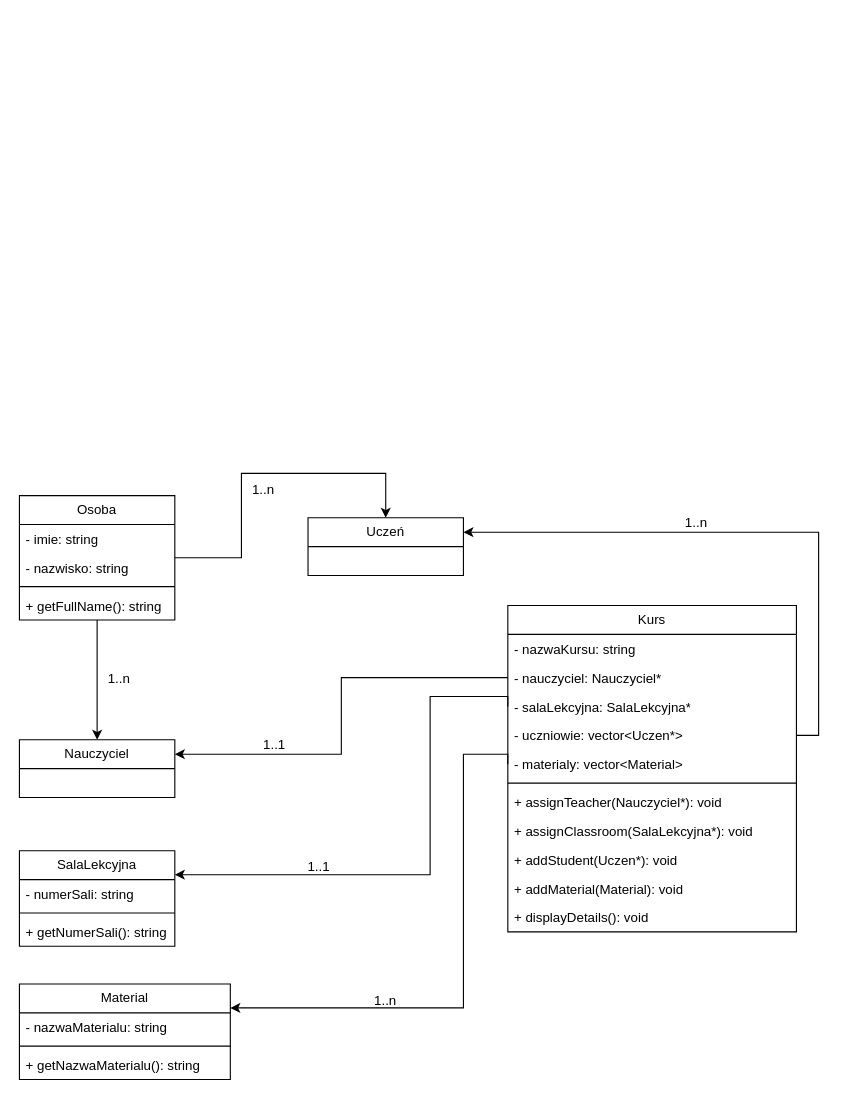
Monday1515/Wojciech_Niedziela_PO keeps this draw.io diagram as lab3/lab3_uml.drawio. Above is the earlier version. Source tidied: cells renumbered, new cells numbered last; positions are measured from the earlier drawing's top-left corner, leaving out a move shared by most shapes. Both pictures are drawn from the tidied source at 111%, with x=0, y=0 at pixel (19, 473).
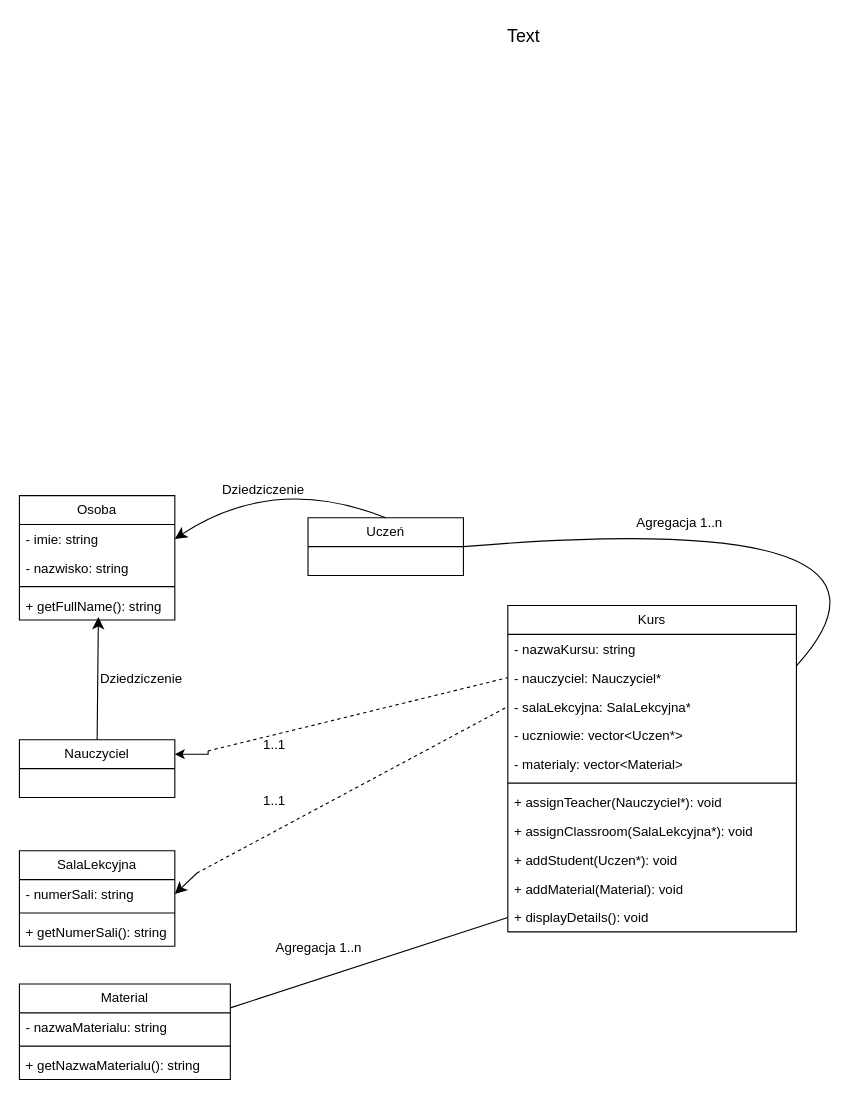
The same diagram, later.

The change refers to these unchanged cells:
```xml
<mxCell id="4" value="Osoba" style="swimlane;fontStyle=0;horizontal=1;startSize=26;fillColor=none;whiteSpace=wrap;html=1;" parent="1" vertex="1">
  <mxGeometry y="20" width="140" height="112" as="geometry" />
</mxCell>
<mxCell id="5" value="- imie: string" style="text;strokeColor=none;fillColor=none;align=left;verticalAlign=top;spacingLeft=4;spacingRight=4;overflow=hidden;points=[[0,0.5],[1,0.5]];portConstraint=eastwest;whiteSpace=wrap;html=1;" parent="4" vertex="1">
  <mxGeometry y="26" width="140" height="26" as="geometry" />
</mxCell>
<mxCell id="8" value="+ getFullName(): string" style="text;strokeColor=none;fillColor=none;align=left;verticalAlign=top;spacingLeft=4;spacingRight=4;overflow=hidden;points=[[0,0.5],[1,0.5]];portConstraint=eastwest;whiteSpace=wrap;html=1;" parent="4" vertex="1">
  <mxGeometry y="86" width="140" height="26" as="geometry" />
</mxCell>
<mxCell id="9" value="Nauczyciel" style="swimlane;fontStyle=0;horizontal=1;startSize=26;fillColor=none;whiteSpace=wrap;html=1;" parent="1" vertex="1">
  <mxGeometry y="240" width="140" height="52" as="geometry" />
</mxCell>
<mxCell id="10" value="Uczeń" style="swimlane;fontStyle=0;horizontal=1;startSize=26;fillColor=none;whiteSpace=wrap;html=1;" parent="1" vertex="1">
  <mxGeometry x="260" y="40" width="140" height="52" as="geometry" />
</mxCell>
<mxCell id="11" value="SalaLekcyjna" style="swimlane;fontStyle=0;horizontal=1;startSize=26;fillColor=none;whiteSpace=wrap;html=1;" parent="1" vertex="1">
  <mxGeometry y="340" width="140" height="86" as="geometry" />
</mxCell>
<mxCell id="12" value="- numerSali: string" style="text;strokeColor=none;fillColor=none;align=left;verticalAlign=top;spacingLeft=4;spacingRight=4;overflow=hidden;points=[[0,0.5],[1,0.5]];portConstraint=eastwest;whiteSpace=wrap;html=1;" parent="11" vertex="1">
  <mxGeometry y="26" width="140" height="26" as="geometry" />
</mxCell>
<mxCell id="15" value="Material" style="swimlane;fontStyle=0;horizontal=1;startSize=26;fillColor=none;whiteSpace=wrap;html=1;" parent="1" vertex="1">
  <mxGeometry y="460" width="190" height="86" as="geometry" />
</mxCell>
<mxCell id="21" value="- nauczyciel: Nauczyciel*" style="text;strokeColor=none;fillColor=none;align=left;verticalAlign=top;spacingLeft=4;spacingRight=4;overflow=hidden;points=[[0,0.5],[1,0.5]];portConstraint=eastwest;whiteSpace=wrap;html=1;" parent="19" vertex="1">
  <mxGeometry y="52" width="260" height="26" as="geometry" />
</mxCell>
<mxCell id="22" value="- salaLekcyjna: SalaLekcyjna*" style="text;strokeColor=none;fillColor=none;align=left;verticalAlign=top;spacingLeft=4;spacingRight=4;overflow=hidden;points=[[0,0.5],[1,0.5]];portConstraint=eastwest;whiteSpace=wrap;html=1;" parent="19" vertex="1">
  <mxGeometry y="78" width="260" height="26" as="geometry" />
</mxCell>
<mxCell id="23" value="- uczniowie: vector&amp;lt;Uczen*&amp;gt;" style="text;strokeColor=none;fillColor=none;align=left;verticalAlign=top;spacingLeft=4;spacingRight=4;overflow=hidden;points=[[0,0.5],[1,0.5]];portConstraint=eastwest;whiteSpace=wrap;html=1;" parent="19" vertex="1">
  <mxGeometry y="104" width="260" height="26" as="geometry" />
</mxCell>
<mxCell id="24" value="- materialy: vector&amp;lt;Material&amp;gt;" style="text;strokeColor=none;fillColor=none;align=left;verticalAlign=top;spacingLeft=4;spacingRight=4;overflow=hidden;points=[[0,0.5],[1,0.5]];portConstraint=eastwest;whiteSpace=wrap;html=1;" parent="19" vertex="1">
  <mxGeometry y="130" width="260" height="26" as="geometry" />
</mxCell>
<mxCell id="30" value="+ displayDetails(): void" style="text;strokeColor=none;fillColor=none;align=left;verticalAlign=top;spacingLeft=4;spacingRight=4;overflow=hidden;points=[[0,0.5],[1,0.5]];portConstraint=eastwest;whiteSpace=wrap;html=1;" parent="19" vertex="1">
  <mxGeometry y="268" width="260" height="26" as="geometry" />
</mxCell>
```

Change to the diagram source:
```diff
@@
-    <mxCell id="2" style="edgeStyle=orthogonalEdgeStyle;rounded=0;jettySize=auto;html=1;entryX=0.5;entryY=0;entryDx=0;entryDy=0;" parent="1" edge="1" source="4" target="9">
-      <mxGeometry relative="1" as="geometry" />
-    </mxCell>
-    <mxCell id="3" style="edgeStyle=orthogonalEdgeStyle;rounded=0;jettySize=auto;html=1;entryX=0.5;entryY=0;entryDx=0;entryDy=0;" parent="1" edge="1" source="4" target="10">
-      <mxGeometry relative="1" as="geometry" />
-    </mxCell>
@@
+    <mxCell id="41" style="edgeStyle=none;curved=1;rounded=0;jettySize=auto;html=1;exitX=0.5;exitY=0;exitDx=0;exitDy=0;entryX=1;entryY=0.5;entryDx=0;entryDy=0;fontSize=12;startSize=8;endSize=8;" parent="1" edge="1" source="10" target="5">
+      <mxGeometry relative="1" as="geometry">
+        <Array as="points">
+          <mxPoint x="230" />
+        </Array>
+      </mxGeometry>
+    </mxCell>
@@
-    <mxCell id="31" style="edgeStyle=orthogonalEdgeStyle;rounded=0;jettySize=auto;html=1;exitX=0;exitY=0.5;exitDx=0;exitDy=0;entryX=1;entryY=0.25;entryDx=0;entryDy=0;" parent="1" edge="1" source="22" target="11">
-      <mxGeometry relative="1" as="geometry">
-        <Array as="points">
-          <mxPoint x="370" y="201" />
-          <mxPoint x="370" y="362" />
-        </Array>
-      </mxGeometry>
-    </mxCell>
-    <mxCell id="32" style="edgeStyle=orthogonalEdgeStyle;rounded=0;jettySize=auto;html=1;exitX=0;exitY=0.5;exitDx=0;exitDy=0;entryX=1;entryY=0.25;entryDx=0;entryDy=0;" parent="1" edge="1" source="24" target="15">
-      <mxGeometry relative="1" as="geometry">
-        <Array as="points">
-          <mxPoint x="400" y="253" />
-          <mxPoint x="400" y="482" />
-        </Array>
-      </mxGeometry>
-    </mxCell>
-    <mxCell id="33" style="edgeStyle=orthogonalEdgeStyle;rounded=0;jettySize=auto;html=1;exitX=0;exitY=0.5;exitDx=0;exitDy=0;entryX=1;entryY=0.25;entryDx=0;entryDy=0;" parent="1" edge="1" source="21" target="9">
-      <mxGeometry relative="1" as="geometry" />
+    <mxCell id="33" style="edgeStyle=orthogonalEdgeStyle;rounded=0;jettySize=auto;html=1;entryX=1;entryY=0.25;entryDx=0;entryDy=0;" parent="1" edge="1" target="9">
+      <mxGeometry relative="1" as="geometry">
+        <mxPoint x="170" y="250" as="sourcePoint" />
+        <Array as="points">
+          <mxPoint x="170" y="253" />
+        </Array>
+      </mxGeometry>
     </mxCell>
-    <mxCell id="34" style="edgeStyle=orthogonalEdgeStyle;rounded=0;jettySize=auto;html=1;exitX=1;exitY=0.5;exitDx=0;exitDy=0;entryX=1;entryY=0.25;entryDx=0;entryDy=0;" parent="1" edge="1" source="23" target="10">
-      <mxGeometry relative="1" as="geometry" />
-    </mxCell>
-    <mxCell id="35" value="1..n" style="text;html=1;align=center;verticalAlign=middle;whiteSpace=wrap;rounded=0;" parent="1" vertex="1">
-      <mxGeometry x="60" y="170" width="60" height="30" as="geometry" />
+    <mxCell id="35" value="Dziedziczenie" style="text;html=1;align=center;verticalAlign=middle;whiteSpace=wrap;rounded=0;" parent="1" vertex="1">
+      <mxGeometry x="80" y="170" width="60" height="30" as="geometry" />
     </mxCell>
-    <mxCell id="36" value="1..n" style="text;html=1;align=center;verticalAlign=middle;whiteSpace=wrap;rounded=0;" parent="1" vertex="1">
+    <mxCell id="36" value="Dziedziczenie" style="text;html=1;align=center;verticalAlign=middle;whiteSpace=wrap;rounded=0;" parent="1" vertex="1">
       <mxGeometry x="190" width="60" height="30" as="geometry" />
     </mxCell>
-    <mxCell id="37" value="1..1" style="text;html=1;align=center;verticalAlign=middle;whiteSpace=wrap;rounded=0;" parent="1" vertex="1">
-      <mxGeometry x="240" y="340" width="60" height="30" as="geometry" />
+    <mxCell id="37" value="&lt;div&gt;&lt;span style=&quot;background-color: initial;&quot;&gt;1..1&lt;/span&gt;&lt;/div&gt;" style="text;html=1;align=center;verticalAlign=middle;whiteSpace=wrap;rounded=0;" parent="1" vertex="1">
+      <mxGeometry x="165" y="280" width="130" height="30" as="geometry" />
     </mxCell>
-    <mxCell id="38" value="1..n" style="text;html=1;align=center;verticalAlign=middle;whiteSpace=wrap;rounded=0;" parent="1" vertex="1">
-      <mxGeometry x="300" y="460" width="60" height="30" as="geometry" />
+    <mxCell id="38" value="Agregacja 1..n" style="text;html=1;align=center;verticalAlign=middle;whiteSpace=wrap;rounded=0;" parent="1" vertex="1">
+      <mxGeometry x="230" y="413" width="80" height="30" as="geometry" />
     </mxCell>
-    <mxCell id="39" value="1..n" style="text;html=1;align=center;verticalAlign=middle;whiteSpace=wrap;rounded=0;" parent="1" vertex="1">
-      <mxGeometry x="580" y="30" width="60" height="30" as="geometry" />
+    <mxCell id="39" value="Agregacja 1..n" style="text;html=1;align=center;verticalAlign=middle;whiteSpace=wrap;rounded=0;" parent="1" vertex="1">
+      <mxGeometry x="550" y="30" width="90" height="30" as="geometry" />
     </mxCell>
@@
+    <mxCell id="42" style="edgeStyle=none;curved=1;rounded=0;jettySize=auto;html=1;exitX=0.5;exitY=0;exitDx=0;exitDy=0;entryX=0.508;entryY=0.902;entryDx=0;entryDy=0;entryPerimeter=0;fontSize=12;startSize=8;endSize=8;" parent="1" edge="1" source="9" target="8">
+      <mxGeometry relative="1" as="geometry" />
+    </mxCell>
+    <mxCell id="43" style="endArrow=classic;html=1;rounded=0;fontSize=12;startSize=8;endSize=8;curved=1;entryX=1;entryY=0.5;entryDx=0;entryDy=0;" parent="1" edge="1" target="12">
+      <mxGeometry relative="1" as="geometry">
+        <mxPoint x="160" y="360" as="sourcePoint" />
+      </mxGeometry>
+    </mxCell>
+    <mxCell id="44" style="endArrow=none;dashed=1;html=1;rounded=0;fontSize=12;startSize=8;endSize=8;curved=1;entryX=0;entryY=0.5;entryDx=0;entryDy=0;" parent="1" edge="1" target="22">
+      <mxGeometry relative="1" as="geometry">
+        <mxPoint x="160" y="360" as="sourcePoint" />
+      </mxGeometry>
+    </mxCell>
+    <mxCell id="45" style="endArrow=none;dashed=1;html=1;rounded=0;fontSize=12;startSize=8;endSize=8;curved=1;entryX=0;entryY=0.5;entryDx=0;entryDy=0;" parent="1" edge="1" target="21">
+      <mxGeometry relative="1" as="geometry">
+        <mxPoint x="170" y="250" as="sourcePoint" />
+      </mxGeometry>
+    </mxCell>
+    <mxCell id="46" style="endArrow=none;html=1;rounded=0;fontSize=12;startSize=8;endSize=8;curved=1;exitX=1;exitY=0.25;exitDx=0;exitDy=0;entryX=0;entryY=0.5;entryDx=0;entryDy=0;" parent="1" edge="1" source="15" target="30">
+      <mxGeometry relative="1" as="geometry" />
+    </mxCell>
+    <mxCell id="47" style="endArrow=none;html=1;rounded=0;fontSize=12;startSize=8;endSize=8;curved=1;exitX=1;exitY=0.088;exitDx=0;exitDy=0;exitPerimeter=0;entryX=1;entryY=0.5;entryDx=0;entryDy=0;" parent="1" edge="1" source="21" target="10">
+      <mxGeometry relative="1" as="geometry">
+        <Array as="points">
+          <mxPoint x="830" y="30" />
+        </Array>
+      </mxGeometry>
+    </mxCell>
+    <mxCell id="48" value="Text" style="text;html=1;align=center;verticalAlign=middle;strokeColor=none;fillColor=none;fontSize=16;" parent="1" vertex="1">
+      <mxGeometry x="429" y="-409" width="50" height="30" as="geometry" />
+    </mxCell>
```
